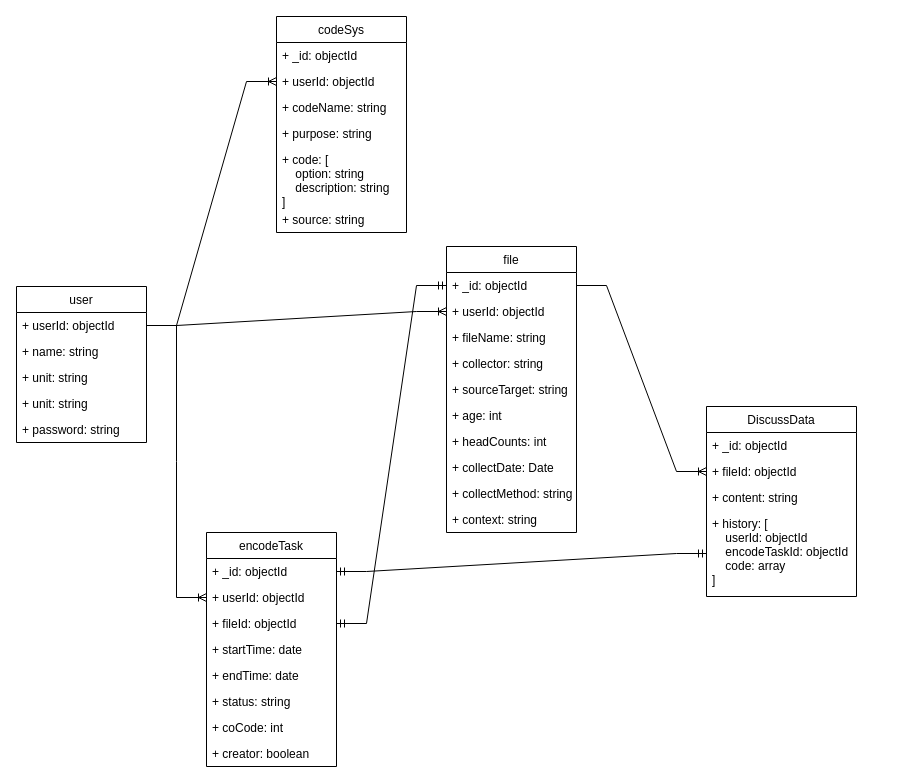
Earlier version of the draw.io diagram NLP.drawio (Zeng9898/argument-platform). Source tidied: cells renumbered, new cells numbered last; positions are measured from the earlier drawing's top-left corner, leaving out a move shared by most shapes. Both pictures are drawn from the tidied source at 100%, with x=0, y=0 at pixel (16, 16).
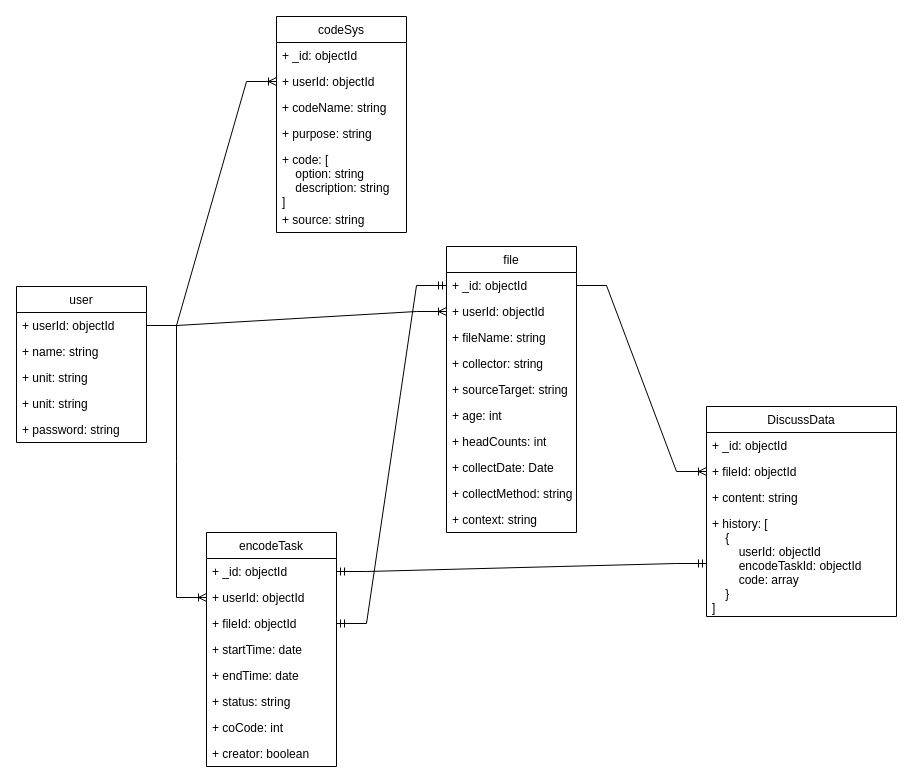
The same diagram, later.

What changed in the source:
```diff
@@
     <mxCell id="39" value="DiscussData" style="swimlane;fontStyle=0;horizontal=1;startSize=26;fillColor=none;" parent="1" vertex="1">
-      <mxGeometry x="690" y="390" width="150" height="190" as="geometry" />
+      <mxGeometry x="690" y="390" width="190" height="210" as="geometry" />
     </mxCell>
     <mxCell id="40" value="+ _id: objectId" style="text;strokeColor=none;fillColor=none;align=left;verticalAlign=top;spacingLeft=4;spacingRight=4;overflow=hidden;" parent="39" vertex="1">
-      <mxGeometry y="26" width="150" height="26" as="geometry" />
+      <mxGeometry y="26" width="190" height="26" as="geometry" />
     </mxCell>
     <mxCell id="41" value="+ fileId: objectId" style="text;strokeColor=none;fillColor=none;align=left;verticalAlign=top;spacingLeft=4;spacingRight=4;overflow=hidden;points=[[0,0.5],[1,0.5]];portConstraint=eastwest;" parent="39" vertex="1">
-      <mxGeometry y="52" width="150" height="26" as="geometry" />
+      <mxGeometry y="52" width="190" height="26" as="geometry" />
     </mxCell>
     <mxCell id="42" value="+ content: string" style="text;strokeColor=none;fillColor=none;align=left;verticalAlign=top;spacingLeft=4;spacingRight=4;overflow=hidden;" parent="39" vertex="1">
-      <mxGeometry y="78" width="150" height="26" as="geometry" />
+      <mxGeometry y="78" width="190" height="26" as="geometry" />
     </mxCell>
-    <mxCell id="43" value="+ history: [&#10;    userId: objectId&#10;    encodeTaskId: objectId&#10;    code: array&#10;]" style="text;strokeColor=none;fillColor=none;align=left;verticalAlign=top;spacingLeft=4;spacingRight=4;overflow=hidden;points=[[0,0.5],[1,0.5]];portConstraint=eastwest;" parent="39" vertex="1">
-      <mxGeometry y="104" width="150" height="86" as="geometry" />
+    <mxCell id="43" value="+ history: [&#10;    {&#10;        userId: objectId&#10;        encodeTaskId: objectId&#10;        code: array&#10;    }&#10;]" style="text;strokeColor=none;fillColor=none;align=left;verticalAlign=top;spacingLeft=4;spacingRight=4;overflow=hidden;points=[[0,0.5],[1,0.5]];portConstraint=eastwest;" parent="39" vertex="1">
+      <mxGeometry y="104" width="190" height="106" as="geometry" />
     </mxCell>
```
